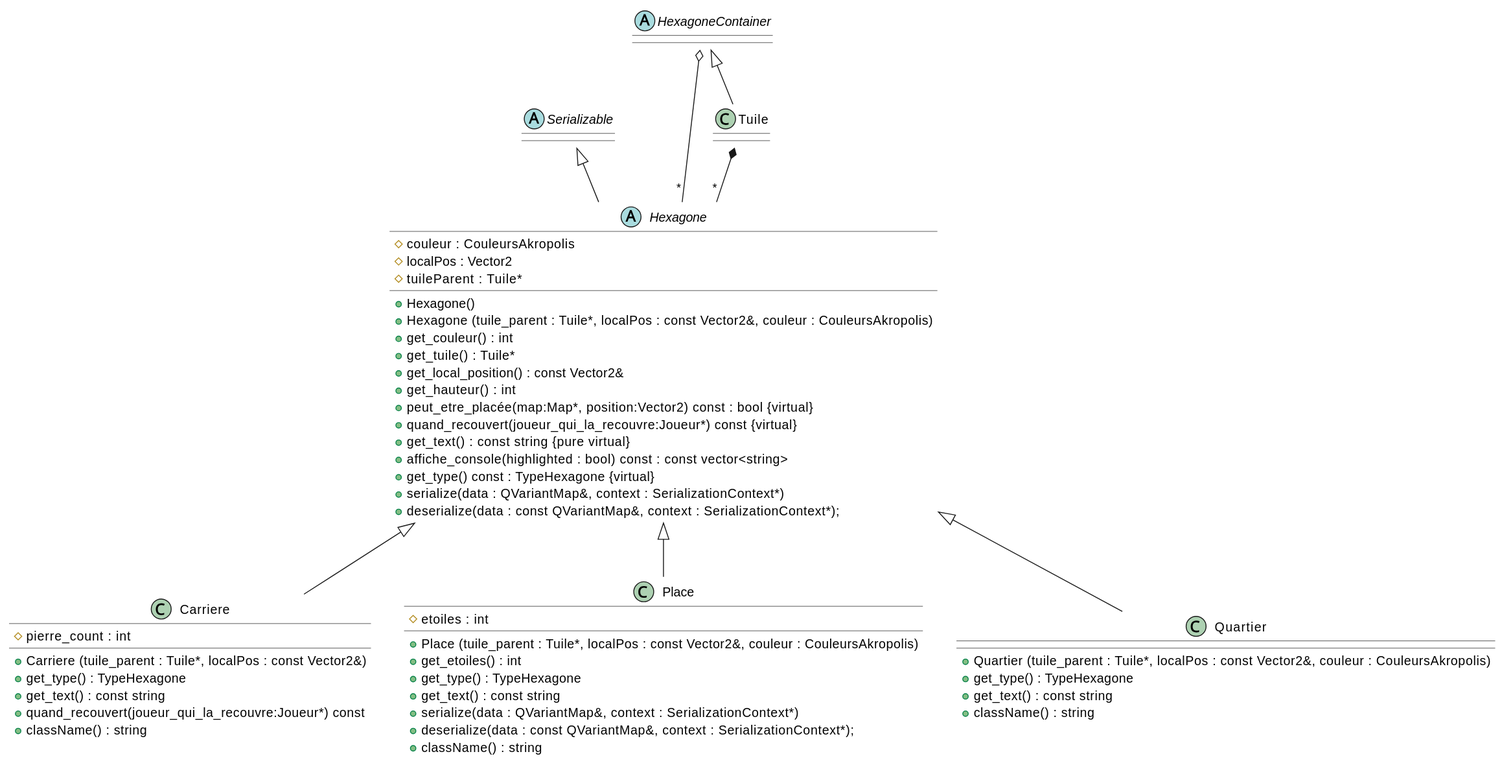
Before: Rapports/RapportFinalUMLs/hexagone.svg, a diagram exported from PlantUML (iceknith/LO21-Projet).
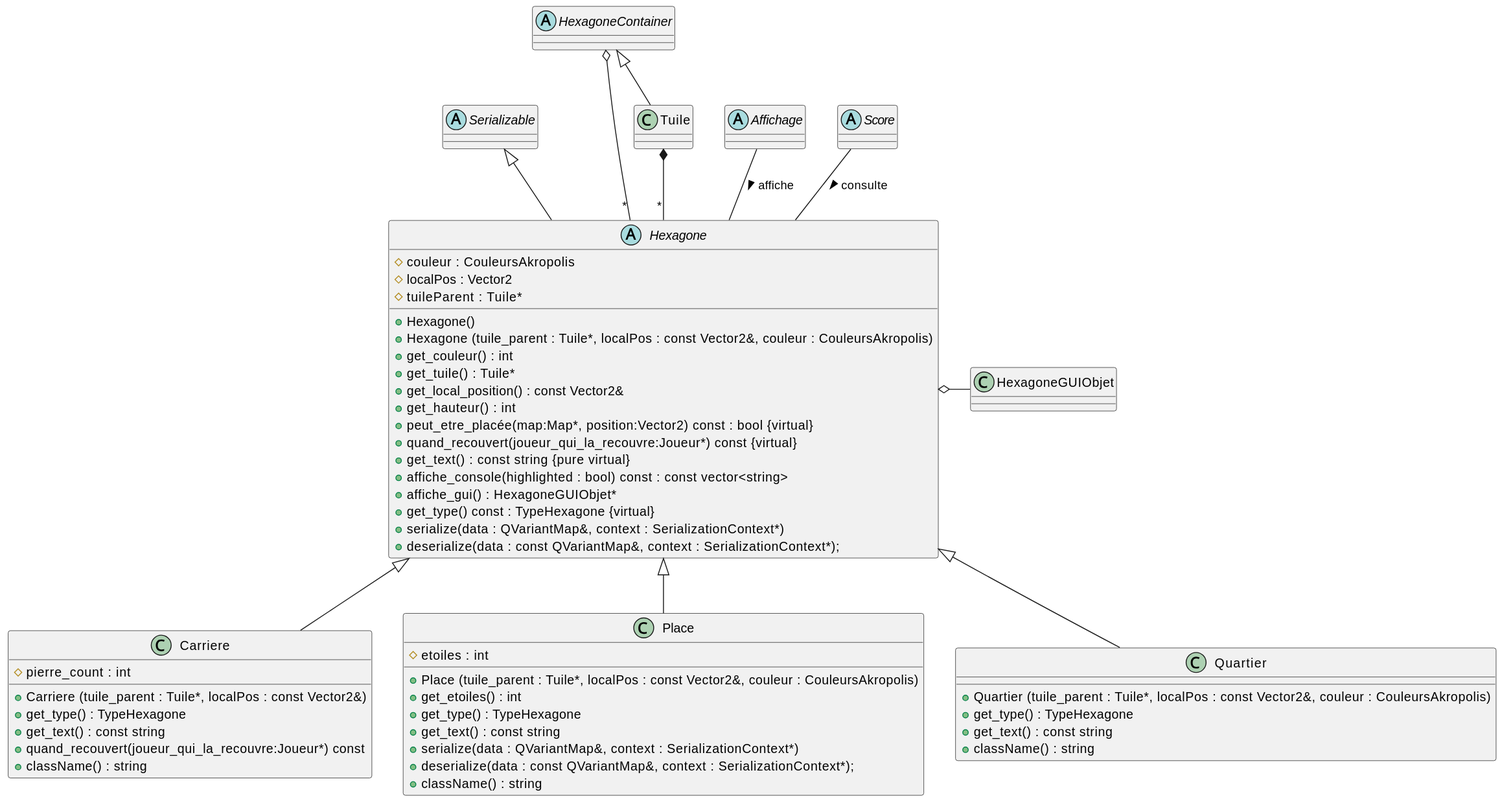
The same diagram one commit later.

What changed in the source:
```diff
@@ -16,6 +16,7 @@
     + quand_recouvert(joueur_qui_la_recouvre:Joueur*) const {virtual}
     + get_text() : const string {pure virtual}
     + affiche_console(highlighted : bool) const : const vector<string>
+    + affiche_gui() : HexagoneGUIObjet*
     + get_type() const : TypeHexagone {virtual}
     + serialize(data : QVariantMap&, context : SerializationContext*)
     + deserialize(data : const QVariantMap&, context : SerializationContext*);
@@ -54,6 +55,12 @@
 class Tuile extends HexagoneContainer{}
 HexagoneContainer o-- "*" Hexagone
 Tuile *-- "*" Hexagone
+Hexagone o- HexagoneGUIObjet
+
+abstract Affichage
+abstract Score
+Affichage -- Hexagone : "affiche >"
+Score -- Hexagone : "consulte >"
 @end
 
 PlantUML version 1.2024.3(Thu Feb 15 20:40:05 CET 2024)
```
